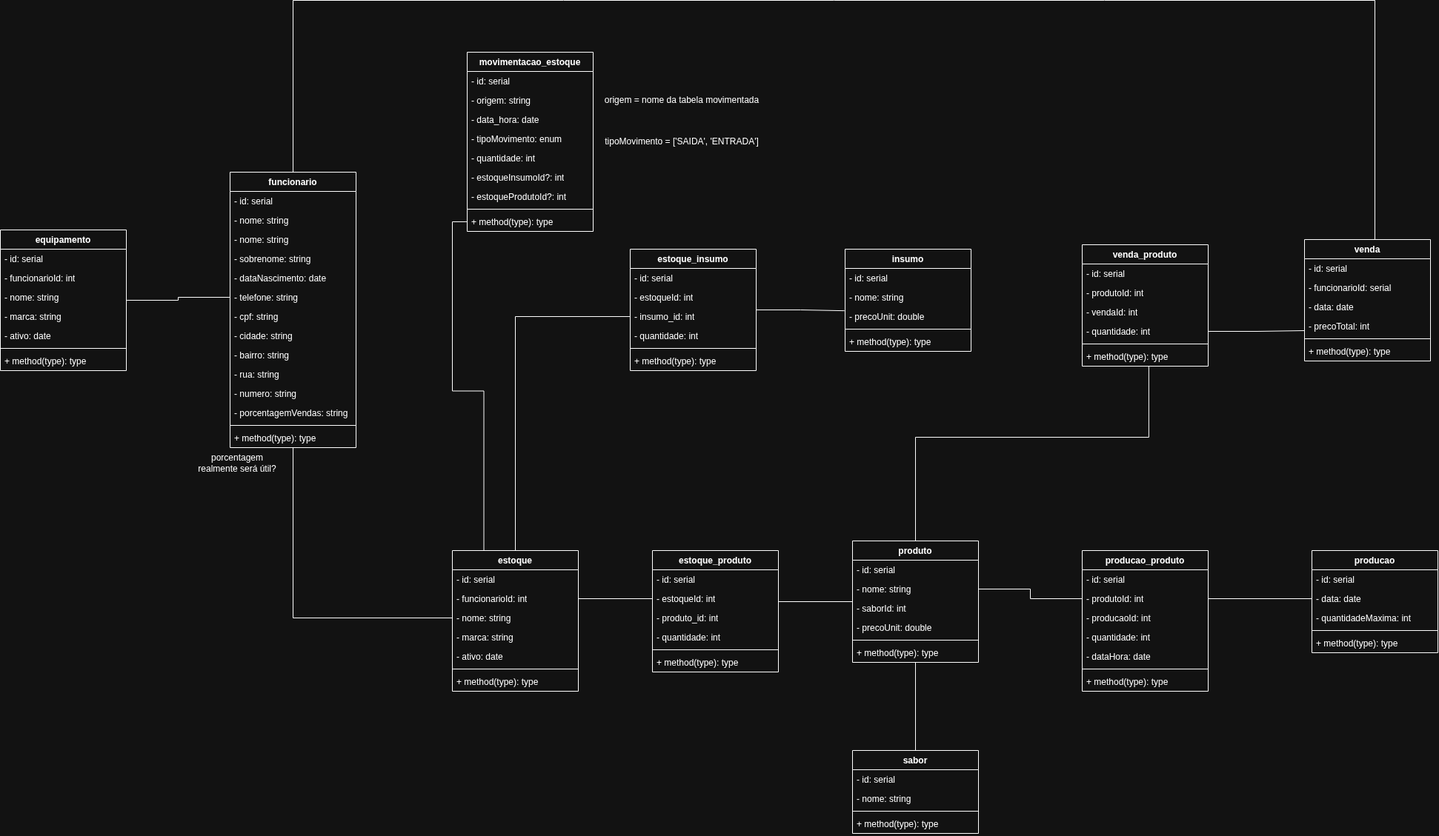
kaue0000/autonium-api keeps this draw.io diagram as docs/diagramas/diagrama-de-classes.png. Above is the earlier version. Source tidied: cells renumbered, new cells last; positions are measured from the earlier drawing's top-left corner, leaving out a move shared by most shapes.
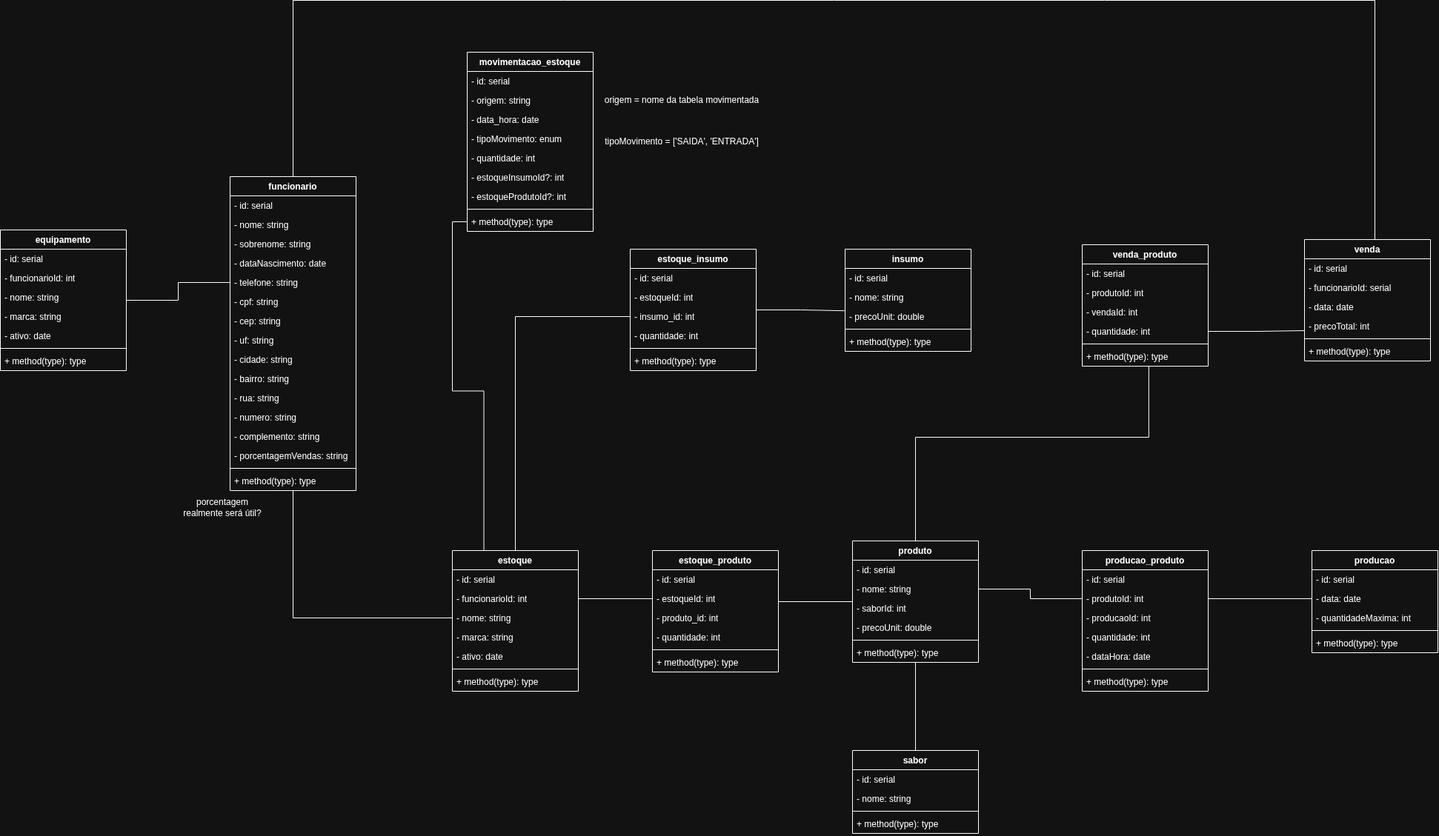
After the commit.

Commit message:
docs: Corrige inconsistências no endereço do funcionário

The edit, as a diff of the source:
```diff
@@ -14,7 +14,7 @@
       </mxGeometry>
     </mxCell>
     <mxCell id="4" value="funcionario" style="swimlane;fontStyle=1;align=center;verticalAlign=top;horizontal=1;startSize=26;whiteSpace=wrap;html=1;" parent="1" vertex="1">
-      <mxGeometry x="310" y="232" width="170" height="372" as="geometry" />
+      <mxGeometry x="310" y="238" width="170" height="424" as="geometry" />
     </mxCell>
     <mxCell id="5" value="- id: serial" style="text;strokeColor=none;fillColor=none;align=left;verticalAlign=top;spacingLeft=4;spacingRight=4;overflow=hidden;whiteSpace=wrap;html=1;" parent="4" vertex="1">
       <mxGeometry y="26" width="170" height="26" as="geometry" />
@@ -22,44 +22,50 @@
     <mxCell id="6" value="- nome: string" style="text;strokeColor=none;fillColor=none;align=left;verticalAlign=top;spacingLeft=4;spacingRight=4;overflow=hidden;whiteSpace=wrap;html=1;" parent="4" vertex="1">
       <mxGeometry y="52" width="170" height="26" as="geometry" />
     </mxCell>
-    <mxCell id="7" value="- nome: string" style="text;strokeColor=none;fillColor=none;align=left;verticalAlign=top;spacingLeft=4;spacingRight=4;overflow=hidden;whiteSpace=wrap;html=1;" parent="4" vertex="1">
-      <mxGeometry y="78" width="170" height="26" as="geometry" />
-    </mxCell>
     <mxCell id="8" value="- sobrenome: string" style="text;strokeColor=none;fillColor=none;align=left;verticalAlign=top;spacingLeft=4;spacingRight=4;overflow=hidden;whiteSpace=wrap;html=1;" parent="4" vertex="1">
-      <mxGeometry y="104" width="170" height="26" as="geometry" />
+      <mxGeometry y="78" width="170" height="26" as="geometry" />
     </mxCell>
     <mxCell id="9" value="- dataNascimento: date" style="text;strokeColor=none;fillColor=none;align=left;verticalAlign=top;spacingLeft=4;spacingRight=4;overflow=hidden;whiteSpace=wrap;html=1;" parent="4" vertex="1">
-      <mxGeometry y="130" width="170" height="26" as="geometry" />
+      <mxGeometry y="104" width="170" height="26" as="geometry" />
     </mxCell>
     <mxCell id="10" value="- telefone: string" style="text;strokeColor=none;fillColor=none;align=left;verticalAlign=top;spacingLeft=4;spacingRight=4;overflow=hidden;points=[[0,0.5],[1,0.5]];portConstraint=eastwest;whiteSpace=wrap;html=1;" parent="4" vertex="1">
-      <mxGeometry y="156" width="170" height="26" as="geometry" />
+      <mxGeometry y="130" width="170" height="26" as="geometry" />
     </mxCell>
     <mxCell id="11" value="- cpf: string" style="text;strokeColor=none;fillColor=none;align=left;verticalAlign=top;spacingLeft=4;spacingRight=4;overflow=hidden;whiteSpace=wrap;html=1;" parent="4" vertex="1">
-      <mxGeometry y="182" width="170" height="26" as="geometry" />
+      <mxGeometry y="156" width="170" height="26" as="geometry" />
     </mxCell>
+    <mxCell id="119" value="- cep: string" style="text;strokeColor=none;fillColor=none;align=left;verticalAlign=top;spacingLeft=4;spacingRight=4;overflow=hidden;whiteSpace=wrap;html=1;" parent="4" vertex="1">
+      <mxGeometry y="182" width="170" height="26" as="geometry" />
+    </mxCell>
+    <mxCell id="120" value="- uf: string" style="text;strokeColor=none;fillColor=none;align=left;verticalAlign=top;spacingLeft=4;spacingRight=4;overflow=hidden;whiteSpace=wrap;html=1;" parent="4" vertex="1">
+      <mxGeometry y="208" width="170" height="26" as="geometry" />
+    </mxCell>
     <mxCell id="12" value="- cidade: string" style="text;strokeColor=none;fillColor=none;align=left;verticalAlign=top;spacingLeft=4;spacingRight=4;overflow=hidden;whiteSpace=wrap;html=1;" parent="4" vertex="1">
-      <mxGeometry y="208" width="170" height="26" as="geometry" />
+      <mxGeometry y="234" width="170" height="26" as="geometry" />
     </mxCell>
     <mxCell id="13" value="- bairro: string" style="text;strokeColor=none;fillColor=none;align=left;verticalAlign=top;spacingLeft=4;spacingRight=4;overflow=hidden;whiteSpace=wrap;html=1;" parent="4" vertex="1">
-      <mxGeometry y="234" width="170" height="26" as="geometry" />
+      <mxGeometry y="260" width="170" height="26" as="geometry" />
     </mxCell>
     <mxCell id="14" value="- rua: string" style="text;strokeColor=none;fillColor=none;align=left;verticalAlign=top;spacingLeft=4;spacingRight=4;overflow=hidden;whiteSpace=wrap;html=1;" parent="4" vertex="1">
-      <mxGeometry y="260" width="170" height="26" as="geometry" />
+      <mxGeometry y="286" width="170" height="26" as="geometry" />
     </mxCell>
     <mxCell id="15" value="- numero: string" style="text;strokeColor=none;fillColor=none;align=left;verticalAlign=top;spacingLeft=4;spacingRight=4;overflow=hidden;whiteSpace=wrap;html=1;" parent="4" vertex="1">
-      <mxGeometry y="286" width="170" height="26" as="geometry" />
+      <mxGeometry y="312" width="170" height="26" as="geometry" />
     </mxCell>
+    <mxCell id="121" value="- complemento: string" style="text;strokeColor=none;fillColor=none;align=left;verticalAlign=top;spacingLeft=4;spacingRight=4;overflow=hidden;whiteSpace=wrap;html=1;" parent="4" vertex="1">
+      <mxGeometry y="338" width="170" height="26" as="geometry" />
+    </mxCell>
     <mxCell id="16" value="- porcentagemVendas: string" style="text;strokeColor=none;fillColor=none;align=left;verticalAlign=top;spacingLeft=4;spacingRight=4;overflow=hidden;whiteSpace=wrap;html=1;" parent="4" vertex="1">
-      <mxGeometry y="312" width="170" height="26" as="geometry" />
+      <mxGeometry y="364" width="170" height="26" as="geometry" />
     </mxCell>
     <mxCell id="17" style="line;strokeWidth=1;fillColor=none;align=left;verticalAlign=middle;spacingTop=-1;spacingLeft=3;spacingRight=3;labelPosition=right;strokeColor=inherit;labelPerimeter=1;" parent="4" vertex="1">
-      <mxGeometry y="338" width="170" height="8" as="geometry" />
+      <mxGeometry y="390" width="170" height="8" as="geometry" />
     </mxCell>
     <mxCell id="18" value="+ method(type): type" style="text;strokeColor=none;fillColor=none;align=left;verticalAlign=top;spacingLeft=4;spacingRight=4;overflow=hidden;whiteSpace=wrap;html=1;" parent="4" vertex="1">
-      <mxGeometry y="346" width="170" height="26" as="geometry" />
+      <mxGeometry y="398" width="170" height="26" as="geometry" />
     </mxCell>
     <mxCell id="19" value="porcentagem realmente será útil?" style="text;html=1;whiteSpace=wrap;strokeColor=none;fillColor=none;align=center;verticalAlign=middle;rounded=0;" parent="1" vertex="1">
-      <mxGeometry x="260" y="610" width="120" height="30" as="geometry" />
+      <mxGeometry x="240" y="670" width="120" height="30" as="geometry" />
     </mxCell>
     <mxCell id="20" value="equipamento" style="swimlane;fontStyle=1;align=center;verticalAlign=top;horizontal=1;startSize=26;whiteSpace=wrap;html=1;" parent="1" vertex="1">
       <mxGeometry y="310" width="170" height="190" as="geometry" />
```
